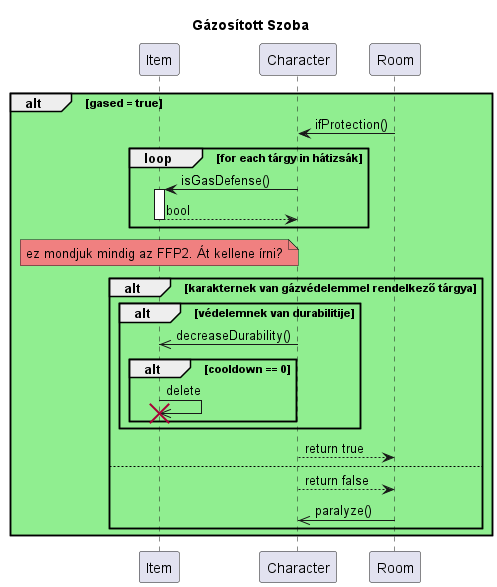
This is out/diagramms/src/gased_room/gazed_room.png from kipolaris/skyrimscriptsuttogok, a PlantUML export, as it was before one commit. Source of this version:
```plantuml
@startuml gazed_room
Title Gázosított Szoba

participant Item as item
participant Character as char
participant Room as sz

alt #LightGreen gased = true
        sz->char : ifProtection()
        loop for each tárgy in hátizsák
            char->item++: isGasDefense()
            return bool
        end

        note over item #LightCoral: ez mondjuk mindig az FFP2. Át kellene írni?

        alt karakternek van gázvédelemmel rendelkező tárgya

            alt védelemnek van durabilitije
                char->>item : decreaseDurability()

                alt cooldown == 0
                    item->>item !!: delete

                end
            end

            char-->sz : return true
        else
            char-->sz : return false
            sz->>char : paralyze()
        end
end

@enduml
```
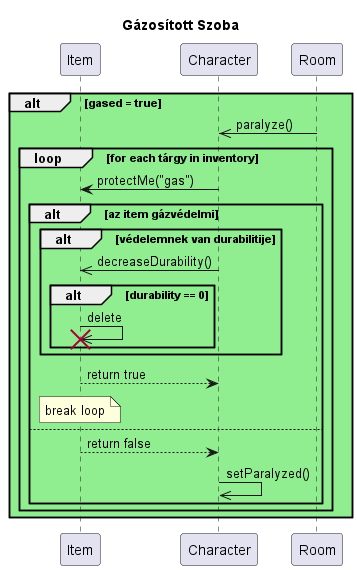
The same file after the commit.

Diff of the diagram source:
```diff
@@ -6,29 +6,28 @@
 participant Room as sz
 
 alt #LightGreen gased = true
-        sz->char : ifProtection()
-        loop for each tárgy in hátizsák
-            char->item++: isGasDefense()
-            return bool
-        end
+        sz->>char : paralyze()
+        loop for each tárgy in inventory
+            char->item: protectMe("gas")
 
-        note over item #LightCoral: ez mondjuk mindig az FFP2. Át kellene írni?
+            alt az item gázvédelmi
 
-        alt karakternek van gázvédelemmel rendelkező tárgya
+                alt védelemnek van durabilitije
+                    char->>item : decreaseDurability()
 
-            alt védelemnek van durabilitije
-                char->>item : decreaseDurability()
+                    alt durability == 0
+                        item->>item !!: delete
 
-                alt cooldown == 0
-                    item->>item !!: delete
+                    end
+                end
 
-                end
+                item-->char : return true
+                note over item : break loop
+            else
+                item-->char : return false
+                char->>char : setParalyzed()
             end
 
-            char-->sz : return true
-        else
-            char-->sz : return false
-            sz->>char : paralyze()
         end
 end
 
```
